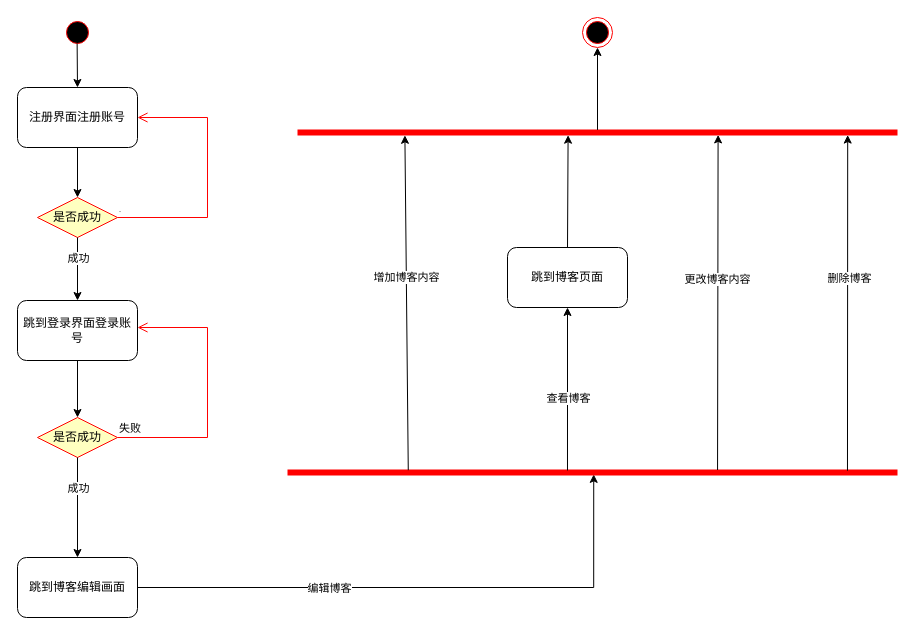
Before: BlogActivity.drawio in YANGRUIPU/personal-blog-project, a draw.io diagram. Source tidied: cells renumbered, new cells numbered last; positions are measured from the earlier drawing's top-left corner, leaving out a move shared by most shapes. Both pictures are drawn from the tidied source at 100%, with x=0, y=0 at pixel (17, 17).
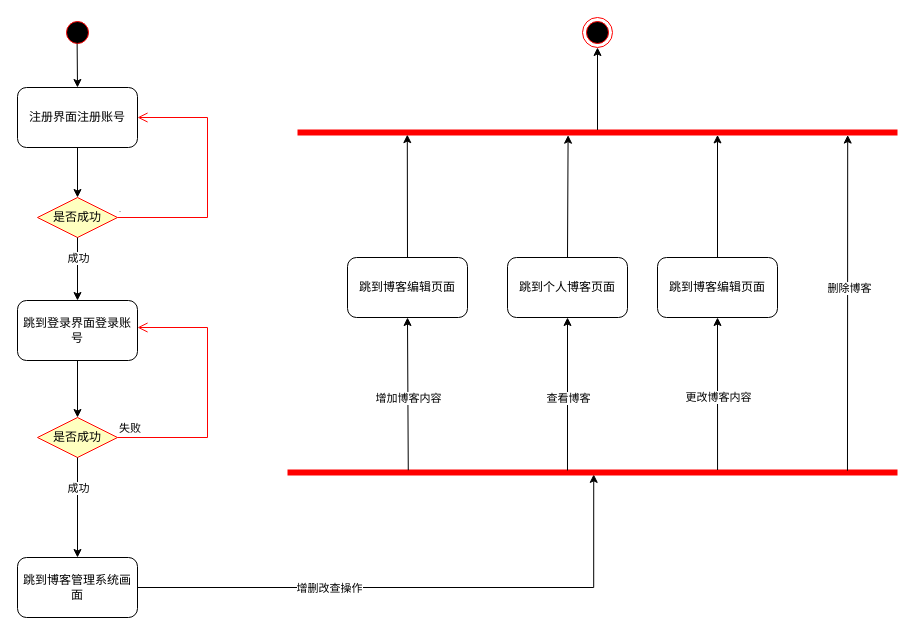
The same page after the edit.

Unchanged cells that the change refers to:
```xml
<mxCell id="17" style="endArrow=classic;html=1;rounded=0;exitX=1;exitY=0.5;exitDx=0;exitDy=0;edgeStyle=orthogonalEdgeStyle;entryX=0.502;entryY=0.685;entryDx=0;entryDy=0;entryPerimeter=0;" parent="1" edge="1" source="16" target="19">
  <mxGeometry relative="1" as="geometry" />
</mxCell>
<mxCell id="19" style="shape=line;html=1;strokeWidth=6;strokeColor=#ff0000;fontFamily=Helvetica;fontSize=11;fontColor=default;fillColor=#000000;" parent="1" vertex="1">
  <mxGeometry x="270" y="450" width="610" height="10" as="geometry" />
</mxCell>
<mxCell id="20" style="shape=line;html=1;strokeWidth=6;strokeColor=#ff0000;fontFamily=Helvetica;fontSize=11;fontColor=default;fillColor=#000000;" parent="1" vertex="1">
  <mxGeometry x="280" y="110" width="600" height="10" as="geometry" />
</mxCell>
<mxCell id="23" style="endArrow=classic;html=1;rounded=0;entryX=0.5;entryY=1;entryDx=0;entryDy=0;exitX=0.459;exitY=0.296;exitDx=0;exitDy=0;exitPerimeter=0;" parent="1" edge="1" source="19" target="31">
  <mxGeometry relative="1" as="geometry">
    <Array as="points">
      <mxPoint x="550" y="380" />
    </Array>
  </mxGeometry>
</mxCell>
<mxCell id="27" style="endArrow=classic;html=1;rounded=0;exitX=0.918;exitY=0.319;exitDx=0;exitDy=0;exitPerimeter=0;entryX=0.917;entryY=0.756;entryDx=0;entryDy=0;entryPerimeter=0;" parent="1" edge="1" source="19" target="20">
  <mxGeometry relative="1" as="geometry" />
</mxCell>
```

What changed in the source:
```diff
@@
-    <mxCell id="16" value="跳到博客编辑画面" style="rounded=1;whiteSpace=wrap;html=1;" parent="1" vertex="1">
+    <mxCell id="16" value="跳到博客管理系统画面" style="rounded=1;whiteSpace=wrap;html=1;" parent="1" vertex="1">
       <mxGeometry y="540" width="120" height="60" as="geometry" />
     </mxCell>
@@
-    <mxCell id="18" value="编辑博客" style="edgeLabel;html=1;align=center;verticalAlign=middle;" parent="17" vertex="1">
+    <mxCell id="18" value="增删改查操作" style="edgeLabel;html=1;align=center;verticalAlign=middle;" parent="17" vertex="1">
       <mxGeometry x="-0.33" relative="1" as="geometry" />
     </mxCell>
@@
-    <mxCell id="21" style="endArrow=classic;html=1;rounded=0;exitX=0.198;exitY=0.272;exitDx=0;exitDy=0;exitPerimeter=0;entryX=0.179;entryY=0.781;entryDx=0;entryDy=0;entryPerimeter=0;" parent="1" edge="1" source="19" target="20">
+    <mxCell id="21" style="endArrow=classic;html=1;rounded=0;exitX=0.198;exitY=0.272;exitDx=0;exitDy=0;exitPerimeter=0;entryX=0.5;entryY=1;entryDx=0;entryDy=0;" parent="1" edge="1" source="19" target="35">
       <mxGeometry relative="1" as="geometry" />
     </mxCell>
     <mxCell id="22" value="增加博客内容" style="edgeLabel;html=1;align=center;verticalAlign=middle;" parent="21" vertex="1">
       <mxGeometry x="0.13" relative="1" as="geometry">
-        <mxPoint y="-4" as="offset" />
+        <mxPoint y="14" as="offset" />
       </mxGeometry>
     </mxCell>
@@
     <mxCell id="24" value="查看博客" style="edgeLabel;html=1;align=center;verticalAlign=middle;" parent="23" vertex="1">
       <mxGeometry x="0.17" y="-1" relative="1" as="geometry">
-        <mxPoint x="-1" y="23" as="offset" />
+        <mxPoint x="-1" y="17" as="offset" />
       </mxGeometry>
     </mxCell>
-    <mxCell id="25" style="endArrow=classic;html=1;rounded=0;exitX=0.705;exitY=0.249;exitDx=0;exitDy=0;exitPerimeter=0;entryX=0.701;entryY=0.742;entryDx=0;entryDy=0;entryPerimeter=0;" parent="1" edge="1" source="19" target="20">
+    <mxCell id="25" style="endArrow=classic;html=1;rounded=0;exitX=0.705;exitY=0.249;exitDx=0;exitDy=0;exitPerimeter=0;entryX=0.5;entryY=1;entryDx=0;entryDy=0;" parent="1" edge="1" source="19" target="33">
       <mxGeometry relative="1" as="geometry" />
     </mxCell>
     <mxCell id="26" value="更改博客内容" style="edgeLabel;html=1;align=center;verticalAlign=middle;" parent="25" vertex="1">
       <mxGeometry x="0.07" y="1" relative="1" as="geometry">
-        <mxPoint y="-12" as="offset" />
+        <mxPoint x="1" y="9" as="offset" />
       </mxGeometry>
     </mxCell>
@@
     <mxCell id="28" value="删除博客" style="edgeLabel;html=1;align=center;verticalAlign=middle;" parent="27" vertex="1">
       <mxGeometry x="0.13" y="-1" relative="1" as="geometry">
-        <mxPoint y="-3" as="offset" />
+        <mxPoint y="7" as="offset" />
       </mxGeometry>
     </mxCell>
@@
-    <mxCell id="31" value="跳到博客页面" style="rounded=1;whiteSpace=wrap;html=1;" parent="1" vertex="1">
-      <mxGeometry x="490" y="230" width="120" height="60" as="geometry" />
+    <mxCell id="31" value="跳到个人博客页面" style="rounded=1;whiteSpace=wrap;html=1;" parent="1" vertex="1">
+      <mxGeometry x="490" y="240" width="120" height="60" as="geometry" />
     </mxCell>
@@
+    <mxCell id="33" value="跳到博客编辑页面" style="rounded=1;whiteSpace=wrap;html=1;" parent="1" vertex="1">
+      <mxGeometry x="640" y="240" width="120" height="60" as="geometry" />
+    </mxCell>
+    <mxCell id="34" style="endArrow=classic;html=1;rounded=0;exitX=0.5;exitY=0;exitDx=0;exitDy=0;entryX=0.7;entryY=0.742;entryDx=0;entryDy=0;entryPerimeter=0;" parent="1" edge="1" source="33" target="20">
+      <mxGeometry relative="1" as="geometry" />
+    </mxCell>
+    <mxCell id="35" value="跳到博客编辑页面" style="rounded=1;whiteSpace=wrap;html=1;" parent="1" vertex="1">
+      <mxGeometry x="330" y="240" width="120" height="60" as="geometry" />
+    </mxCell>
+    <mxCell id="36" style="endArrow=classic;html=1;rounded=0;exitX=0.5;exitY=0;exitDx=0;exitDy=0;entryX=0.183;entryY=0.712;entryDx=0;entryDy=0;entryPerimeter=0;" parent="1" edge="1" source="35" target="20">
+      <mxGeometry relative="1" as="geometry" />
+    </mxCell>
```
